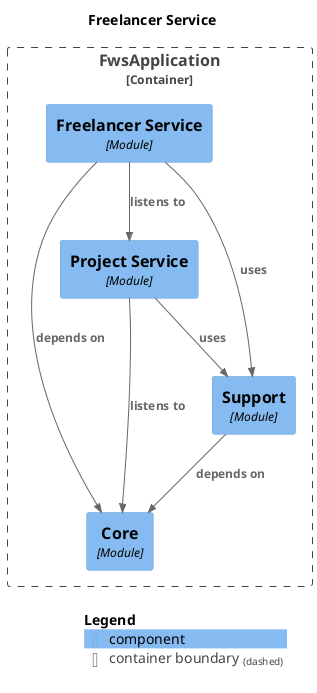
Above: docs/modules/module-freelancer.png in krloxz/fws-application (PlantUML), before the change.
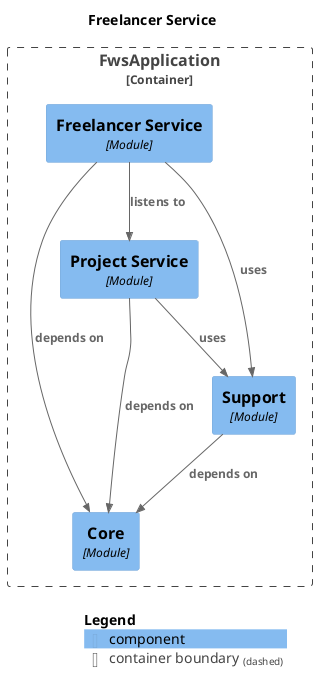
The same file after the commit.

What changed in the source:
```diff
@@ -11,16 +11,16 @@
 Container_Boundary("FwsApplication.FwsApplication_boundary", "FwsApplication", $tags="") {
   Component(FwsApplication.FwsApplication.Core, "Core", $techn="Module", $descr="", $tags="", $link="")
   Component(FwsApplication.FwsApplication.ProjectService, "Project Service", $techn="Module", $descr="", $tags="", $link="")
+  Component(FwsApplication.FwsApplication.Support, "Support", $techn="Module", $descr="", $tags="", $link="")
   Component(FwsApplication.FwsApplication.FreelancerService, "Freelancer Service", $techn="Module", $descr="", $tags="", $link="")
-  Component(FwsApplication.FwsApplication.Support, "Support", $techn="Module", $descr="", $tags="", $link="")
 }
 
+Rel(FwsApplication.FwsApplication.FreelancerService, FwsApplication.FwsApplication.Core, "depends on", $techn="", $tags="", $link="")
 Rel(FwsApplication.FwsApplication.FreelancerService, FwsApplication.FwsApplication.Support, "uses", $techn="", $tags="", $link="")
+Rel(FwsApplication.FwsApplication.ProjectService, FwsApplication.FwsApplication.Core, "depends on", $techn="", $tags="", $link="")
+Rel(FwsApplication.FwsApplication.ProjectService, FwsApplication.FwsApplication.Support, "uses", $techn="", $tags="", $link="")
 Rel(FwsApplication.FwsApplication.Support, FwsApplication.FwsApplication.Core, "depends on", $techn="", $tags="", $link="")
-Rel(FwsApplication.FwsApplication.ProjectService, FwsApplication.FwsApplication.Core, "listens to", $techn="", $tags="", $link="")
-Rel(FwsApplication.FwsApplication.ProjectService, FwsApplication.FwsApplication.Support, "uses", $techn="", $tags="", $link="")
 Rel(FwsApplication.FwsApplication.FreelancerService, FwsApplication.FwsApplication.ProjectService, "listens to", $techn="", $tags="", $link="")
-Rel(FwsApplication.FwsApplication.FreelancerService, FwsApplication.FwsApplication.Core, "depends on", $techn="", $tags="", $link="")
 
 SHOW_LEGEND(true)
 @enduml
```
